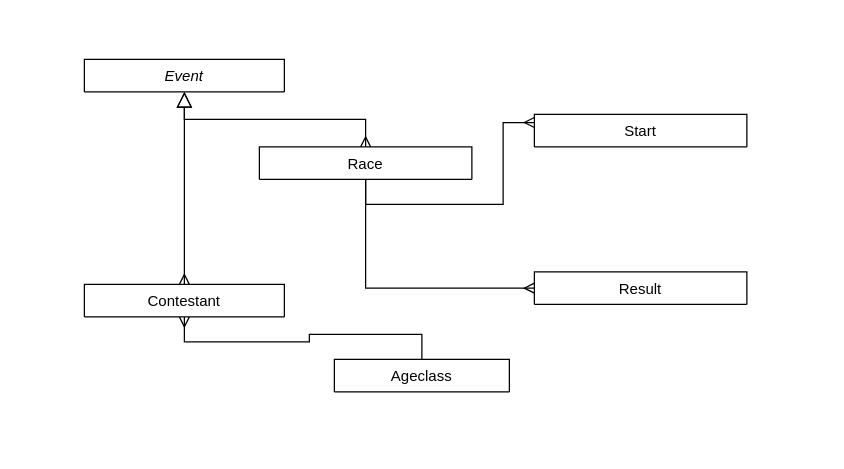
Earlier version of the draw.io diagram Langrenn Entities.drawio (langrenn-sprint/issue-tracker). Source tidied: cells renumbered, new cells numbered last; positions are measured from the earlier drawing's top-left corner, leaving out a move shared by most shapes. Both pictures are drawn from the tidied source at 125%, with x=0, y=0 at pixel (84, 59).
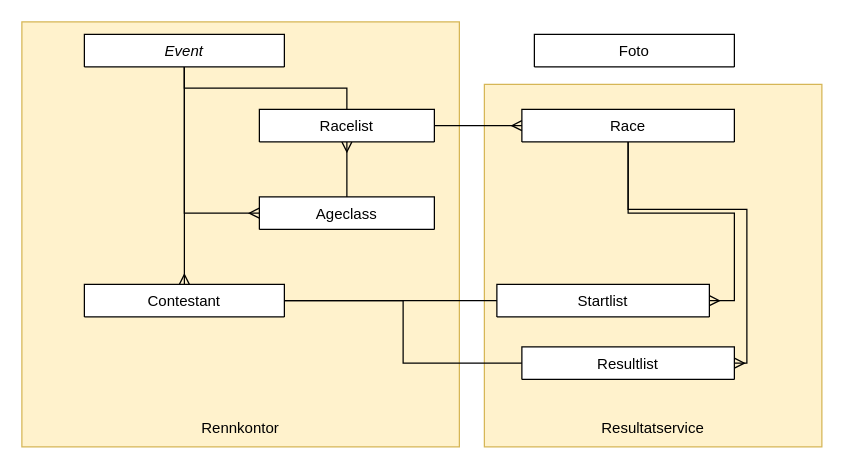
The same page after the edit.

The change refers to these unchanged cells:
```xml
<mxCell id="3" value="Contestant" style="swimlane;fontStyle=0;align=center;verticalAlign=top;horizontal=1;startSize=26;rounded=0;shadow=0;strokeWidth=1;" parent="1" vertex="1" collapsed="1">
  <mxGeometry y="180" width="160" height="26" as="geometry" />
</mxCell>
```

Change to the diagram source:
```diff
@@
+    <mxCell id="13" style="rounded=0;whiteSpace=wrap;html=1;fillColor=#fff2cc;strokeColor=#d6b656;" parent="1" vertex="1">
+      <mxGeometry x="320" y="20" width="270" height="290" as="geometry" />
+    </mxCell>
+    <mxCell id="14" style="rounded=0;whiteSpace=wrap;html=1;fillColor=#fff2cc;strokeColor=#d6b656;" parent="1" vertex="1">
+      <mxGeometry x="-50" y="-30" width="350" height="340" as="geometry" />
+    </mxCell>
     <mxCell id="2" value="Event" style="swimlane;fontStyle=2;align=center;verticalAlign=top;horizontal=1;startSize=26;rounded=0;shadow=0;strokeWidth=1;" parent="1" vertex="1" collapsed="1">
-      <mxGeometry width="160" height="26" as="geometry" />
+      <mxGeometry y="-20" width="160" height="26" as="geometry" />
     </mxCell>
@@
-    <mxCell id="4" style="endArrow=block;endSize=10;endFill=0;shadow=0;strokeWidth=1;rounded=0;edgeStyle=elbowEdgeStyle;elbow=vertical;startArrow=ERmany;startFill=0;" parent="1" edge="1" source="3" target="2">
+    <mxCell id="4" style="endArrow=none;endSize=10;endFill=0;shadow=0;strokeWidth=1;rounded=0;edgeStyle=elbowEdgeStyle;elbow=vertical;startArrow=ERmany;startFill=0;" parent="1" edge="1" source="3" target="2">
       <mxGeometry relative="1" as="geometry" />
     </mxCell>
+    <mxCell id="11" style="edgeStyle=orthogonalEdgeStyle;rounded=0;jettySize=auto;html=1;exitX=0.5;exitY=1;exitDx=0;exitDy=0;entryX=1;entryY=0.5;entryDx=0;entryDy=0;startArrow=none;startFill=0;endArrow=ERmany;endFill=0;" parent="1" edge="1" source="5" target="9">
+      <mxGeometry relative="1" as="geometry" />
+    </mxCell>
     <mxCell id="5" value="Race" style="swimlane;fontStyle=0;align=center;verticalAlign=top;horizontal=1;startSize=26;rounded=0;shadow=0;strokeWidth=1;" parent="1" vertex="1" collapsed="1">
-      <mxGeometry x="140" y="70" width="170" height="26" as="geometry" />
+      <mxGeometry x="350" y="40" width="170" height="26" as="geometry" />
     </mxCell>
-    <mxCell id="6" style="endArrow=block;endSize=10;endFill=0;shadow=0;strokeWidth=1;rounded=0;edgeStyle=elbowEdgeStyle;elbow=vertical;startArrow=ERmany;startFill=0;" parent="1" edge="1" source="5" target="2">
+    <mxCell id="6" style="endArrow=none;endSize=10;endFill=0;shadow=0;strokeWidth=1;rounded=0;edgeStyle=elbowEdgeStyle;elbow=vertical;startArrow=none;startFill=0;exitX=0.5;exitY=0;exitDx=0;exitDy=0;" parent="1" edge="1" source="19" target="2">
       <mxGeometry relative="1" as="geometry" />
     </mxCell>
-    <mxCell id="7" style="edgeStyle=orthogonalEdgeStyle;rounded=0;jettySize=auto;html=1;exitX=0.5;exitY=0;exitDx=0;exitDy=0;entryX=0.5;entryY=1;entryDx=0;entryDy=0;startArrow=none;startFill=0;endArrow=ERmany;endFill=0;" parent="1" edge="1" source="8" target="3">
+    <mxCell id="7" style="edgeStyle=orthogonalEdgeStyle;rounded=0;jettySize=auto;html=1;exitX=0.5;exitY=1;exitDx=0;exitDy=0;entryX=0;entryY=0.5;entryDx=0;entryDy=0;startArrow=none;startFill=0;endArrow=ERmany;endFill=0;" parent="1" edge="1" source="2" target="8">
       <mxGeometry relative="1" as="geometry" />
     </mxCell>
+    <mxCell id="15" style="edgeStyle=orthogonalEdgeStyle;jettySize=auto;html=1;exitX=0.5;exitY=0;exitDx=0;exitDy=0;entryX=0.5;entryY=1;entryDx=0;entryDy=0;startArrow=none;startFill=0;endArrow=ERmany;endFill=0;rounded=0;" parent="1" edge="1" source="8" target="19">
+      <mxGeometry relative="1" as="geometry" />
+    </mxCell>
     <mxCell id="8" value="Ageclass" style="swimlane;fontStyle=0;align=center;verticalAlign=top;horizontal=1;startSize=26;rounded=0;shadow=0;strokeWidth=1;" parent="1" vertex="1" collapsed="1">
-      <mxGeometry x="200" y="240" width="140" height="26" as="geometry" />
+      <mxGeometry x="140" y="110" width="140" height="26" as="geometry" />
     </mxCell>
-    <mxCell id="9" value="Start" style="swimlane;fontStyle=0;align=center;verticalAlign=top;horizontal=1;startSize=26;rounded=0;shadow=0;strokeWidth=1;" parent="1" vertex="1" collapsed="1">
-      <mxGeometry x="360" y="44" width="170" height="26" as="geometry" />
+    <mxCell id="9" value="Startlist" style="swimlane;fontStyle=0;align=center;verticalAlign=top;horizontal=1;startSize=26;rounded=0;shadow=0;strokeWidth=1;" parent="1" vertex="1" collapsed="1">
+      <mxGeometry x="330" y="180" width="170" height="26" as="geometry" />
     </mxCell>
-    <mxCell id="10" value="Result" style="swimlane;fontStyle=0;align=center;verticalAlign=top;horizontal=1;startSize=26;rounded=0;shadow=0;strokeWidth=1;" parent="1" vertex="1" collapsed="1">
-      <mxGeometry x="360" y="170" width="170" height="26" as="geometry" />
+    <mxCell id="10" value="Resultlist" style="swimlane;fontStyle=0;align=center;verticalAlign=top;horizontal=1;startSize=26;rounded=0;shadow=0;strokeWidth=1;" parent="1" vertex="1" collapsed="1">
+      <mxGeometry x="350" y="230" width="170" height="26" as="geometry" />
     </mxCell>
-    <mxCell id="11" style="edgeStyle=orthogonalEdgeStyle;rounded=0;jettySize=auto;html=1;exitX=0.5;exitY=1;exitDx=0;exitDy=0;entryX=0;entryY=0.25;entryDx=0;entryDy=0;startArrow=none;startFill=0;endArrow=ERmany;endFill=0;" parent="1" edge="1" source="5" target="9">
-      <mxGeometry relative="1" as="geometry" />
-    </mxCell>
+    <mxCell id="16" style="edgeStyle=orthogonalEdgeStyle;jettySize=auto;html=1;exitX=1;exitY=0.5;exitDx=0;exitDy=0;entryX=0;entryY=0.5;entryDx=0;entryDy=0;startArrow=none;startFill=0;endArrow=none;endFill=0;rounded=0;" parent="1" edge="1" source="3" target="9">
+      <mxGeometry relative="1" as="geometry" />
+    </mxCell>
+    <mxCell id="17" style="edgeStyle=orthogonalEdgeStyle;jettySize=auto;html=1;exitX=1;exitY=0.5;exitDx=0;exitDy=0;entryX=0;entryY=0.5;entryDx=0;entryDy=0;startArrow=none;startFill=0;endArrow=none;endFill=0;rounded=0;" parent="1" edge="1" source="3" target="10">
+      <mxGeometry relative="1" as="geometry" />
+    </mxCell>
+    <mxCell id="18" value="Foto" style="swimlane;fontStyle=0;align=center;verticalAlign=top;horizontal=1;startSize=26;rounded=0;shadow=0;strokeWidth=1;" parent="1" vertex="1" collapsed="1">
+      <mxGeometry x="360" y="-20" width="160" height="26" as="geometry" />
+    </mxCell>
+    <mxCell id="19" value="Racelist" style="swimlane;fontStyle=0;align=center;verticalAlign=top;horizontal=1;startSize=26;rounded=0;shadow=0;strokeWidth=1;" parent="1" vertex="1" collapsed="1">
+      <mxGeometry x="140" y="40" width="140" height="26" as="geometry" />
+    </mxCell>
+    <mxCell id="20" style="edgeStyle=orthogonalEdgeStyle;jettySize=auto;html=1;entryX=0;entryY=0.5;entryDx=0;entryDy=0;startArrow=none;startFill=0;endArrow=ERmany;endFill=0;rounded=0;exitX=1;exitY=0.5;exitDx=0;exitDy=0;" parent="1" edge="1" source="19" target="5">
+      <mxGeometry relative="1" as="geometry" />
+    </mxCell>
-    <mxCell id="12" style="edgeStyle=orthogonalEdgeStyle;rounded=0;jettySize=auto;html=1;exitX=0.5;exitY=1;exitDx=0;exitDy=0;entryX=0;entryY=0.5;entryDx=0;entryDy=0;startArrow=none;startFill=0;endArrow=ERmany;endFill=0;" parent="1" edge="1" source="5" target="10">
-      <mxGeometry relative="1" as="geometry" />
+    <mxCell id="12" style="edgeStyle=orthogonalEdgeStyle;rounded=0;jettySize=auto;html=1;exitX=0.5;exitY=1;exitDx=0;exitDy=0;entryX=1;entryY=0.5;entryDx=0;entryDy=0;startArrow=none;startFill=0;endArrow=ERmany;endFill=0;" parent="1" edge="1" source="5" target="10">
+      <mxGeometry relative="1" as="geometry">
+        <Array as="points">
+          <mxPoint x="435" y="120" />
+          <mxPoint x="530" y="120" />
+          <mxPoint x="530" y="243" />
+        </Array>
+      </mxGeometry>
     </mxCell>
+    <mxCell id="21" value="Rennkontor" style="text;html=1;strokeColor=none;fillColor=none;align=center;verticalAlign=middle;whiteSpace=wrap;rounded=0;" parent="1" vertex="1">
+      <mxGeometry x="80" y="280" width="90" height="30" as="geometry" />
+    </mxCell>
+    <mxCell id="22" value="Resultatservice" style="text;html=1;strokeColor=none;fillColor=none;align=center;verticalAlign=middle;whiteSpace=wrap;rounded=0;" parent="1" vertex="1">
+      <mxGeometry x="410" y="280" width="90" height="30" as="geometry" />
+    </mxCell>
```
